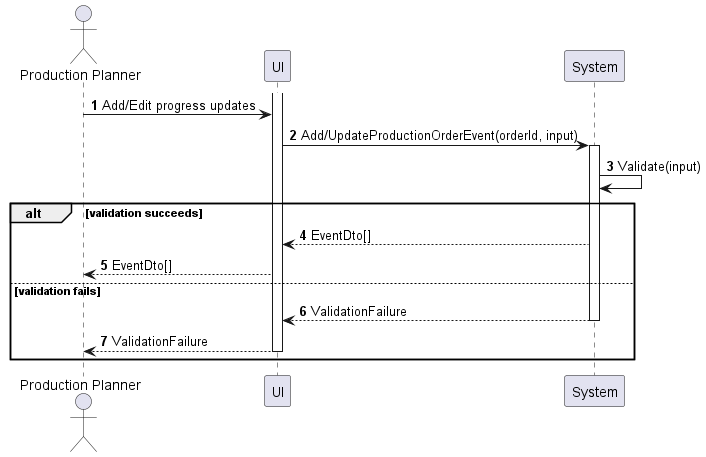
Earlier version of the PlantUML export sequences/production-order-update-progress.png (phihungha/scmss-reqs).
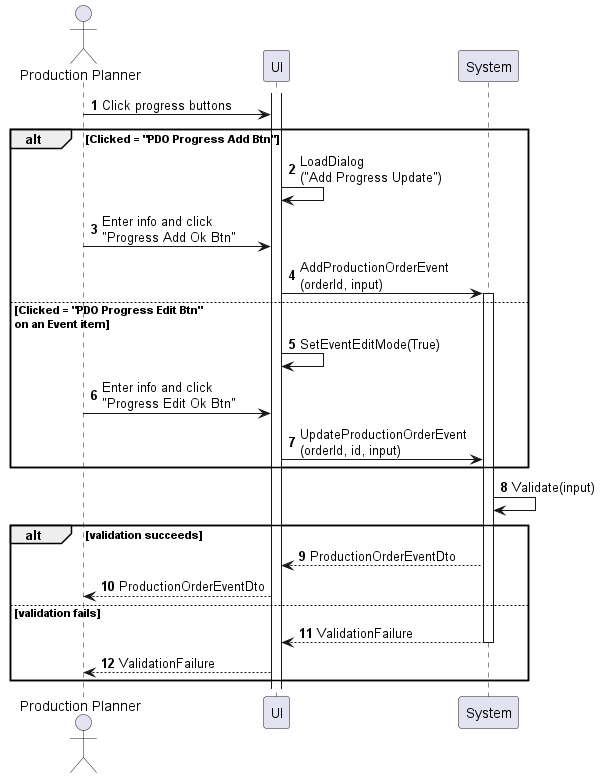
Later version of the same file.

Diff of the diagram source:
```diff
@@ -6,17 +6,27 @@
 participant System as b
 
 activate f
-a -> f : Add/Edit progress updates
-f -> b : Add/UpdateProductionOrderEvent(orderId, input)
+a -> f : Click progress buttons
+
+alt Clicked = "PDO Progress Add Btn"
+    f -> f : LoadDialog\n("Add Progress Update")
+    a -> f : Enter info and click\n"Progress Add Ok Btn"
+    f -> b : AddProductionOrderEvent\n(orderId, input)
+    activate b
+else Clicked = "PDO Progress Edit Btn"\non an Event item
+    f -> f : SetEventEditMode(True)
+    a -> f : Enter info and click\n"Progress Edit Ok Btn"
+    f -> b : UpdateProductionOrderEvent\n(orderId, id, input)
+end
+
 activate b
 b -> b : Validate(input)
 
 alt validation succeeds
-    b --> f : EventDto[]
-    f --> a : EventDto[]
+    b --> f : ProductionOrderEventDto
+    f --> a : ProductionOrderEventDto
 else validation fails
     return ValidationFailure
     f --> a : ValidationFailure
-    deactivate f
 end
 @enduml
```
